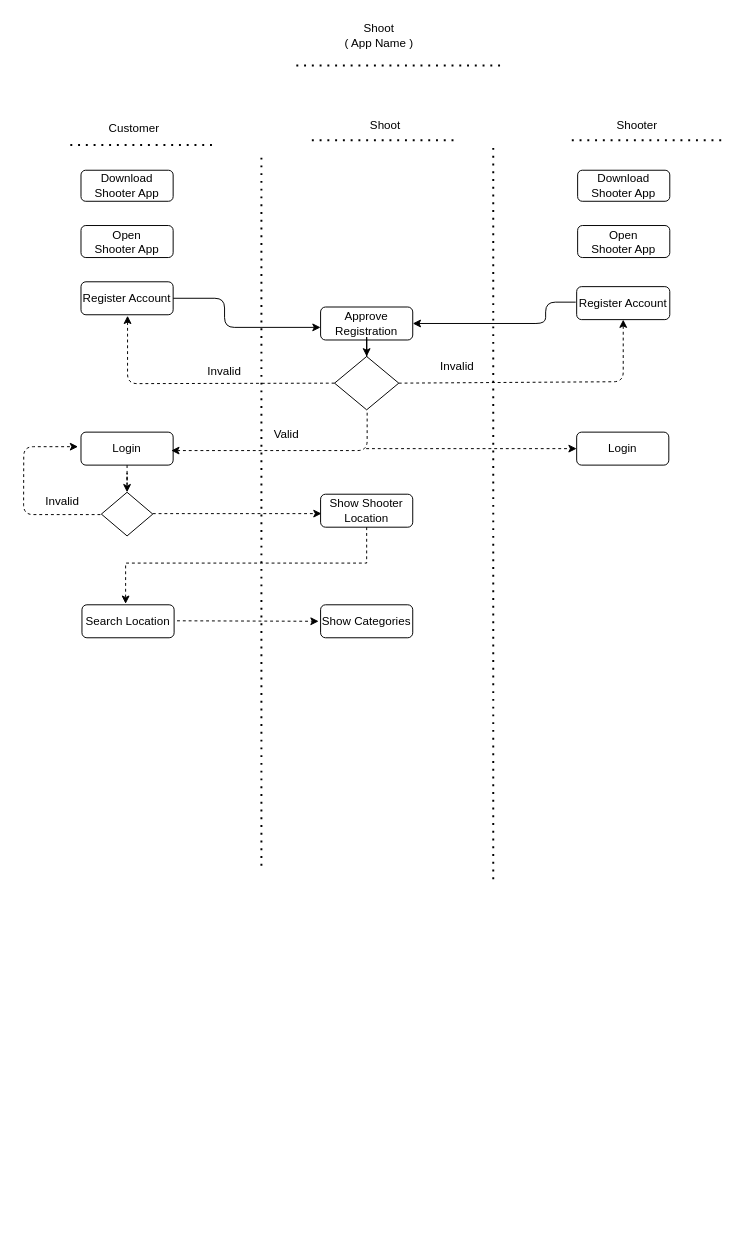
showkat2203/ShopOffer keeps this draw.io diagram as Untitled Diagram.drawio. Above is the earlier version. Source tidied: cells renumbered, new cells numbered last; positions are measured from the earlier drawing's top-left corner, leaving out a move shared by most shapes. Both pictures are drawn from the tidied source at 97%, with x=0, y=0 at pixel (23, 16).
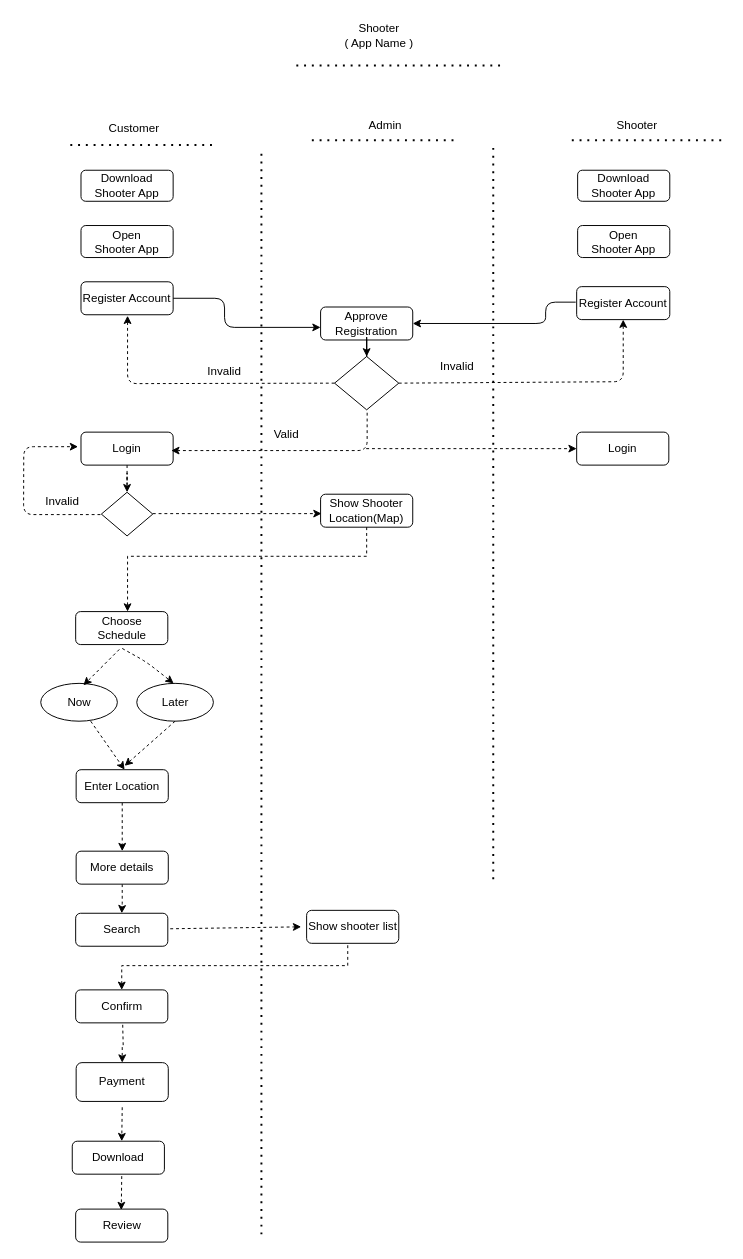
The same page after the edit.

Change to the diagram source:
```diff
@@
     <mxCell id="2" style="endArrow=none;dashed=1;html=1;dashPattern=1 3;strokeWidth=2;align=center;" parent="1" edge="1">
       <mxGeometry relative="1" as="geometry">
-        <mxPoint x="245" y="875" as="sourcePoint" />
+        <mxPoint x="245" y="1255" as="sourcePoint" />
         <mxPoint x="245" y="139" as="targetPoint" />
       </mxGeometry>
     </mxCell>
@@
-    <mxCell id="5" value="Shoot &lt;br&gt;( App Name )" style="text;html=1;strokeColor=none;fillColor=none;align=center;verticalAlign=middle;whiteSpace=wrap;rounded=0;labelBackgroundColor=none;" parent="1" vertex="1">
+    <mxCell id="5" value="Shooter&lt;br&gt;( App Name )" style="text;html=1;strokeColor=none;fillColor=none;align=center;verticalAlign=middle;whiteSpace=wrap;rounded=0;labelBackgroundColor=none;" parent="1" vertex="1">
       <mxGeometry x="326" width="81" height="37" as="geometry" />
     </mxCell>
@@
-    <mxCell id="10" value="Shoot" style="text;html=1;strokeColor=none;fillColor=none;align=center;verticalAlign=middle;whiteSpace=wrap;rounded=0;labelBackgroundColor=none;" parent="1" vertex="1">
+    <mxCell id="10" value="Admin" style="text;html=1;strokeColor=none;fillColor=none;align=center;verticalAlign=middle;whiteSpace=wrap;rounded=0;labelBackgroundColor=none;" parent="1" vertex="1">
       <mxGeometry x="338" y="102" width="70" height="20" as="geometry" />
     </mxCell>
@@
-    <mxCell id="37" value="Show Shooter Location" style="rounded=1;whiteSpace=wrap;html=1;labelBackgroundColor=none;align=center;" parent="1" vertex="1">
+    <mxCell id="37" value="Show Shooter Location(Map)" style="rounded=1;whiteSpace=wrap;html=1;labelBackgroundColor=none;align=center;" parent="1" vertex="1">
       <mxGeometry x="306" y="492" width="95" height="34" as="geometry" />
     </mxCell>
-    <mxCell id="38" value="Search Location" style="rounded=1;whiteSpace=wrap;html=1;labelBackgroundColor=none;align=center;" parent="1" vertex="1">
-      <mxGeometry x="60" y="606" width="95" height="34" as="geometry" />
-    </mxCell>
+    <mxCell id="42" style="edgeStyle=orthogonalEdgeStyle;rounded=0;jettySize=auto;html=1;dashed=1;align=center;" parent="1" edge="1" source="37" target="39">
+      <mxGeometry relative="1" as="geometry">
+        <Array as="points">
+          <mxPoint x="354" y="556" />
+          <mxPoint x="107" y="556" />
+        </Array>
+      </mxGeometry>
+    </mxCell>
-    <mxCell id="39" value="Show Categories" style="rounded=1;whiteSpace=wrap;html=1;labelBackgroundColor=none;align=center;" parent="1" vertex="1">
-      <mxGeometry x="306" y="606" width="95" height="34" as="geometry" />
+    <mxCell id="39" value="Choose Schedule" style="rounded=1;whiteSpace=wrap;html=1;labelBackgroundColor=none;align=center;" parent="1" vertex="1">
+      <mxGeometry x="53.5" y="613" width="95" height="34" as="geometry" />
     </mxCell>
-    <mxCell id="40" style="edgeStyle=orthogonalEdgeStyle;rounded=0;jettySize=auto;html=1;dashed=1;align=center;exitX=0.5;exitY=1;exitDx=0;exitDy=0;" parent="1" edge="1" source="37">
-      <mxGeometry relative="1" as="geometry">
-        <mxPoint x="105" y="605" as="targetPoint" />
-        <Array as="points">
-          <mxPoint x="354" y="563" />
-          <mxPoint x="105" y="563" />
-        </Array>
-      </mxGeometry>
-    </mxCell>
-    <mxCell id="41" style="endArrow=classic;html=1;align=center;dashed=1;" parent="1" edge="1">
-      <mxGeometry relative="1" as="geometry">
-        <mxPoint x="158" y="622.5" as="sourcePoint" />
-        <mxPoint x="304" y="623" as="targetPoint" />
-      </mxGeometry>
-    </mxCell>
+    <mxCell id="43" value="Now" style="ellipse;whiteSpace=wrap;html=1;labelBackgroundColor=none;align=center;" parent="1" vertex="1">
+      <mxGeometry x="17.5" y="687" width="79" height="39" as="geometry" />
+    </mxCell>
+    <mxCell id="44" style="endArrow=classic;html=1;dashed=1;align=center;" parent="1" edge="1">
+      <mxGeometry relative="1" as="geometry">
+        <mxPoint x="98.5" y="652" as="sourcePoint" />
+        <mxPoint x="61.5" y="689" as="targetPoint" />
+      </mxGeometry>
+    </mxCell>
+    <mxCell id="45" style="endArrow=classic;html=1;dashed=1;align=center;" parent="1" edge="1">
+      <mxGeometry relative="1" as="geometry">
+        <mxPoint x="101.5" y="651" as="sourcePoint" />
+        <mxPoint x="154.5" y="687" as="targetPoint" />
+        <Array as="points">
+          <mxPoint x="126.5" y="665" />
+        </Array>
+      </mxGeometry>
+    </mxCell>
+    <mxCell id="46" value="Later" style="ellipse;whiteSpace=wrap;html=1;labelBackgroundColor=none;align=center;" parent="1" vertex="1">
+      <mxGeometry x="116.5" y="687" width="79" height="39" as="geometry" />
+    </mxCell>
+    <mxCell id="47" style="edgeStyle=orthogonalEdgeStyle;rounded=0;jettySize=auto;html=1;dashed=1;align=center;" parent="1" edge="1" source="48" target="52">
+      <mxGeometry relative="1" as="geometry" />
+    </mxCell>
+    <mxCell id="48" value="Enter Location" style="rounded=1;whiteSpace=wrap;html=1;labelBackgroundColor=none;align=center;" parent="1" vertex="1">
+      <mxGeometry x="54" y="776" width="95" height="34" as="geometry" />
+    </mxCell>
+    <mxCell id="49" style="edgeStyle=orthogonalEdgeStyle;rounded=0;jettySize=auto;html=1;dashed=1;align=center;" parent="1" edge="1" target="55">
+      <mxGeometry relative="1" as="geometry">
+        <mxPoint x="334" y="957" as="sourcePoint" />
+        <Array as="points">
+          <mxPoint x="334" y="978" />
+          <mxPoint x="101" y="978" />
+        </Array>
+      </mxGeometry>
+    </mxCell>
+    <mxCell id="50" style="edgeStyle=orthogonalEdgeStyle;rounded=0;jettySize=auto;html=1;dashed=1;align=center;" parent="1" edge="1" source="52" target="51">
+      <mxGeometry relative="1" as="geometry" />
+    </mxCell>
+    <mxCell id="51" value="Search" style="rounded=1;whiteSpace=wrap;html=1;labelBackgroundColor=none;align=center;" parent="1" vertex="1">
+      <mxGeometry x="53.5" y="924" width="95" height="34" as="geometry" />
+    </mxCell>
+    <mxCell id="52" value="More details" style="rounded=1;whiteSpace=wrap;html=1;labelBackgroundColor=none;align=center;" parent="1" vertex="1">
+      <mxGeometry x="54" y="860" width="95" height="34" as="geometry" />
+    </mxCell>
+    <mxCell id="53" style="endArrow=classic;html=1;dashed=1;align=center;exitX=0.652;exitY=1;exitDx=0;exitDy=0;exitPerimeter=0;entryX=0.526;entryY=0;entryDx=0;entryDy=0;entryPerimeter=0;" parent="1" edge="1" source="43" target="48">
+      <mxGeometry relative="1" as="geometry" />
+    </mxCell>
+    <mxCell id="54" style="endArrow=classic;html=1;dashed=1;align=center;exitX=0.5;exitY=1;exitDx=0;exitDy=0;" parent="1" edge="1" source="46">
+      <mxGeometry relative="1" as="geometry">
+        <mxPoint x="104" y="772" as="targetPoint" />
+      </mxGeometry>
+    </mxCell>
+    <mxCell id="55" value="Confirm" style="rounded=1;whiteSpace=wrap;html=1;labelBackgroundColor=none;align=center;" parent="1" vertex="1">
+      <mxGeometry x="53.5" y="1003" width="95" height="34" as="geometry" />
+    </mxCell>
+    <mxCell id="56" style="edgeStyle=orthogonalEdgeStyle;rounded=0;jettySize=auto;html=1;dashed=1;align=center;" parent="1" edge="1" target="57">
+      <mxGeometry relative="1" as="geometry">
+        <mxPoint x="102" y="1039" as="sourcePoint" />
+      </mxGeometry>
+    </mxCell>
+    <mxCell id="57" value="Payment" style="rounded=1;whiteSpace=wrap;html=1;labelBackgroundColor=none;align=center;" parent="1" vertex="1">
+      <mxGeometry x="54" y="1078" width="95" height="40" as="geometry" />
+    </mxCell>
+    <mxCell id="58" value="Download" style="rounded=1;whiteSpace=wrap;html=1;labelBackgroundColor=none;align=center;" parent="1" vertex="1">
+      <mxGeometry x="50" y="1159" width="95" height="34" as="geometry" />
+    </mxCell>
+    <mxCell id="59" style="edgeStyle=orthogonalEdgeStyle;rounded=0;orthogonalLoop=1;jettySize=auto;html=1;dashed=1;align=center;" parent="1" edge="1">
+      <mxGeometry relative="1" as="geometry">
+        <mxPoint x="101.5" y="1124" as="sourcePoint" />
+        <mxPoint x="101" y="1159" as="targetPoint" />
+      </mxGeometry>
+    </mxCell>
+    <mxCell id="60" value="Review" style="rounded=1;whiteSpace=wrap;html=1;labelBackgroundColor=none;align=center;" parent="1" vertex="1">
+      <mxGeometry x="53.5" y="1229" width="95" height="34" as="geometry" />
+    </mxCell>
+    <mxCell id="61" style="edgeStyle=orthogonalEdgeStyle;rounded=0;orthogonalLoop=1;jettySize=auto;html=1;dashed=1;align=center;" parent="1" edge="1">
+      <mxGeometry relative="1" as="geometry">
+        <mxPoint x="101" y="1195" as="sourcePoint" />
+        <mxPoint x="100.5" y="1230" as="targetPoint" />
+      </mxGeometry>
+    </mxCell>
+    <mxCell id="62" value="Show shooter list" style="rounded=1;whiteSpace=wrap;html=1;labelBackgroundColor=none;align=center;" parent="1" vertex="1">
+      <mxGeometry x="291.6" y="921" width="95" height="34" as="geometry" />
+    </mxCell>
+    <mxCell id="63" style="endArrow=classic;html=1;dashed=1;align=center;" parent="1" edge="1">
+      <mxGeometry relative="1" as="geometry">
+        <mxPoint x="151" y="940" as="sourcePoint" />
+        <mxPoint x="286" y="938" as="targetPoint" />
+      </mxGeometry>
+    </mxCell>
```
